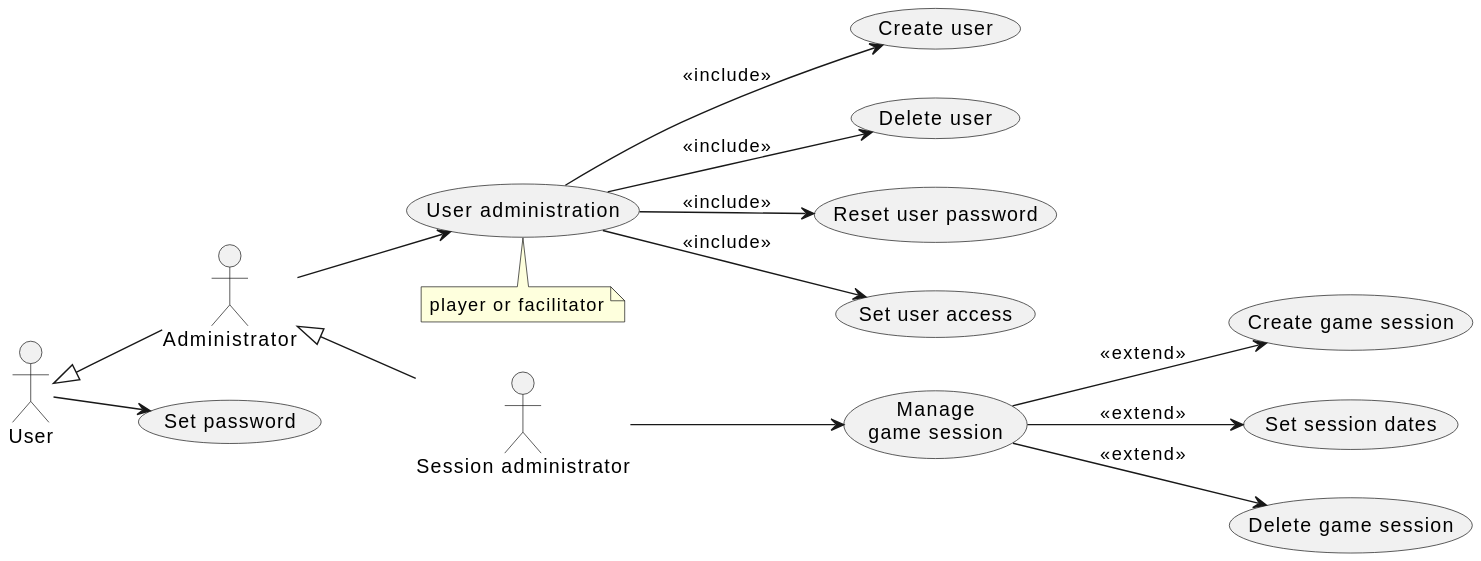
averbraeck/gscg-design keeps this PlantUML diagram as doc/1-use-cases/diagrams/session-administration.svg. Above is the earlier version.
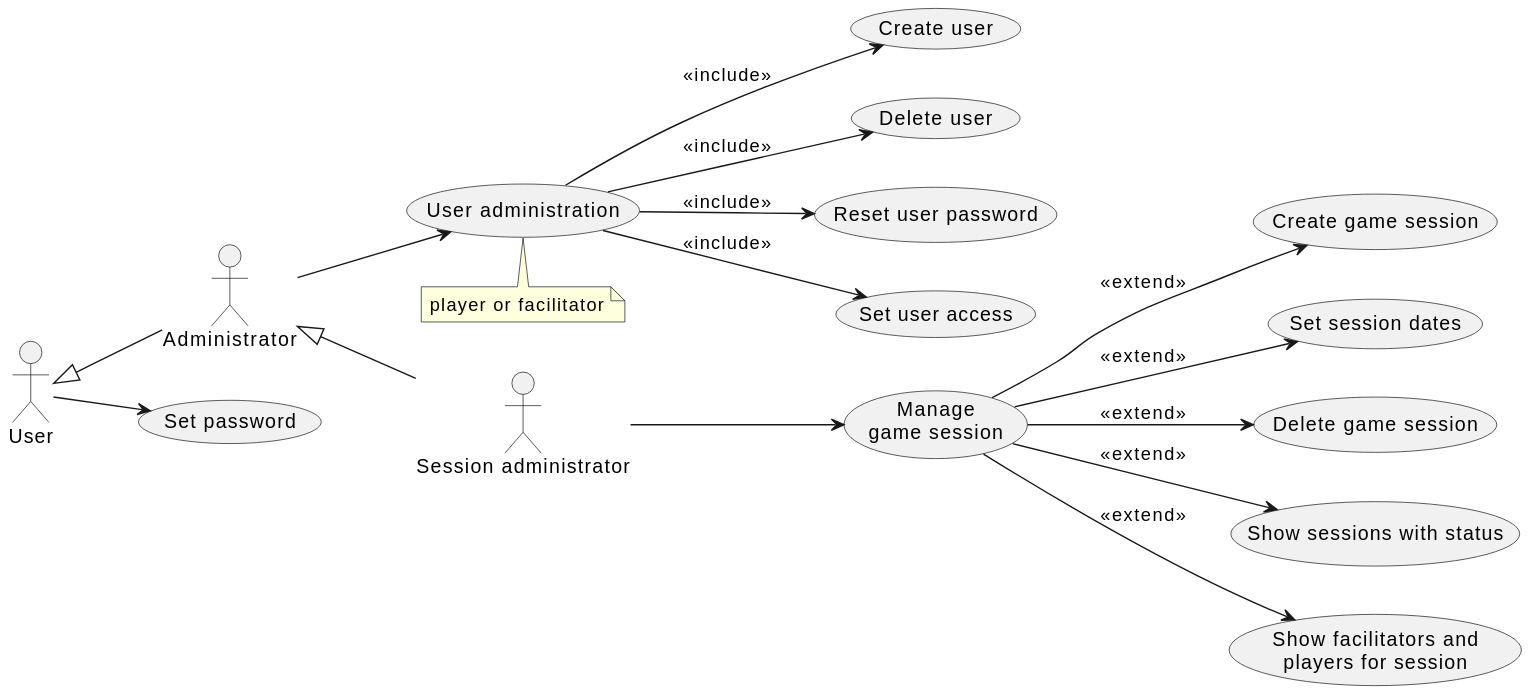
After the commit.

What changed in the source:
```diff
@@ -22,4 +22,6 @@
 Manage --> (Create game session) : << extend >>
 Manage --> (Set session dates) : << extend >>
 Manage --> (Delete game session) : << extend >>
+Manage --> (Show sessions with status) : << extend >>
+Manage --> (Show facilitators and\nplayers for session) : << extend >>
 @enduml
```
